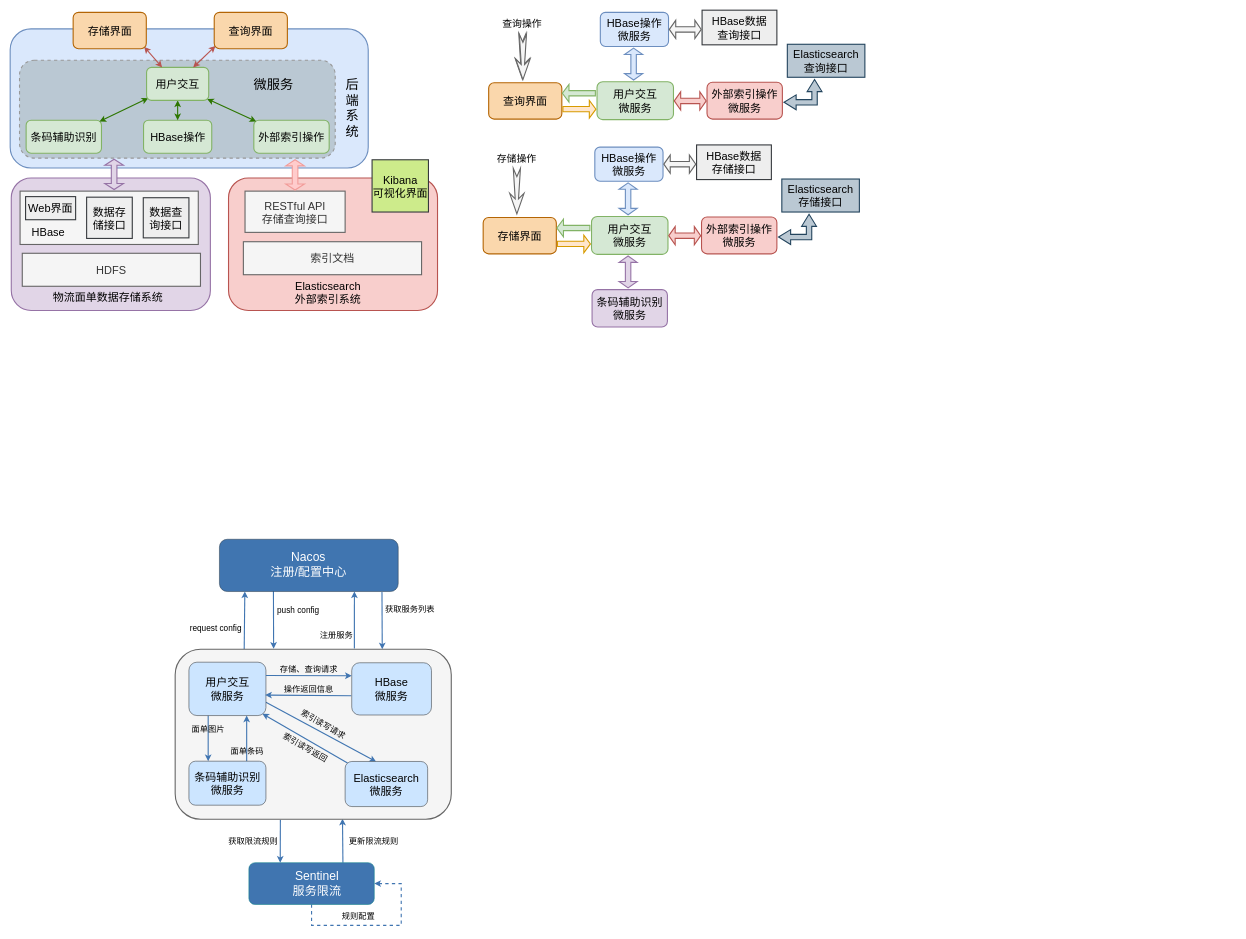
Before: page "第 4 页" (4 of 4) of 未命名绘图.drawio in Life-Cycle/xixi, a draw.io diagram. Source tidied: cells renumbered, new cells numbered last; positions are measured from the earlier drawing's top-left corner, leaving out a move shared by most shapes. Both pictures are drawn from the tidied source at 55%, with x=0, y=0 at pixel (10, 10).
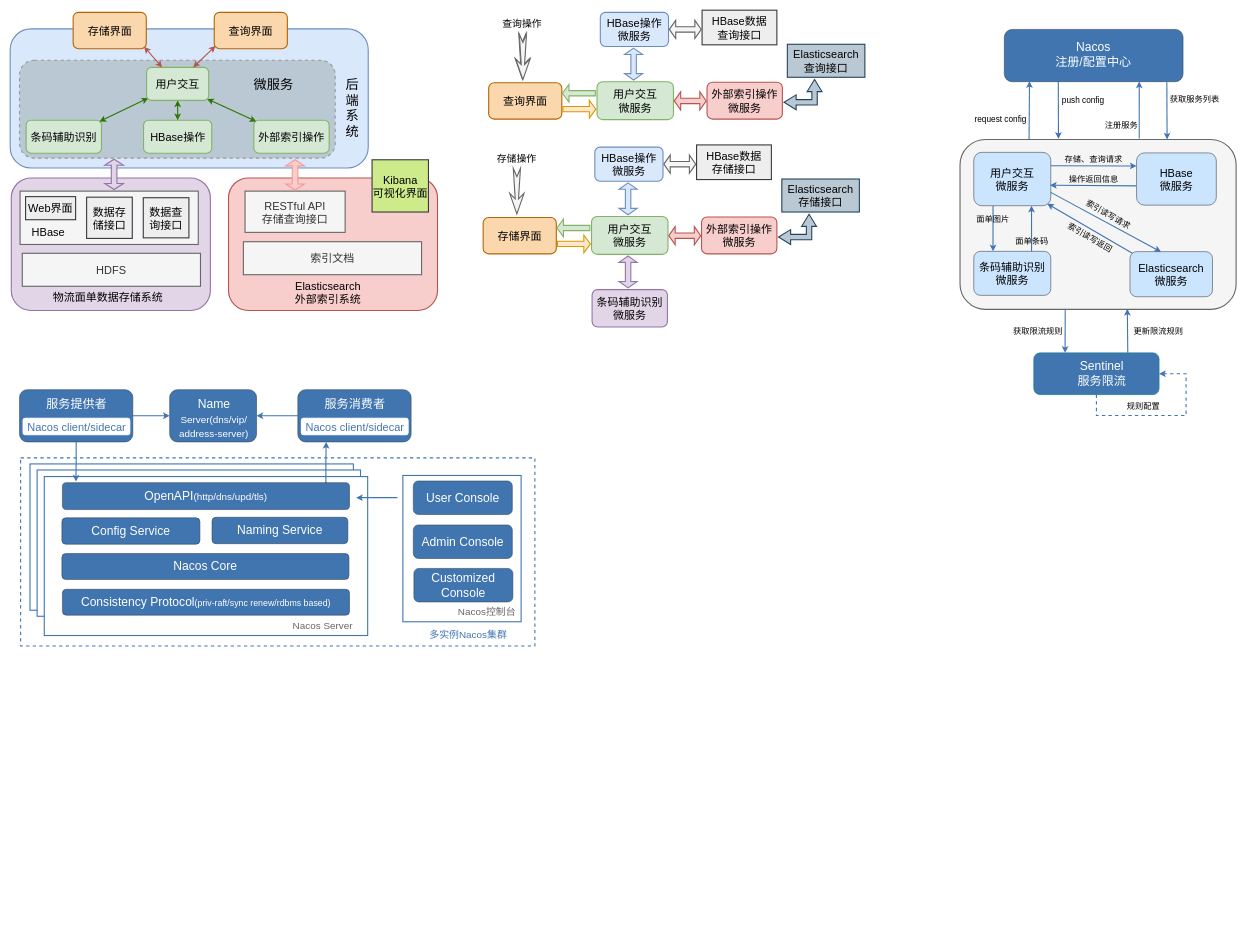
The same page after the edit.

Commit message:
更新未命名绘图.drawio

Change to the diagram source:
```diff
@@
     <mxCell id="63" style="edgeStyle=none;rounded=0;jettySize=auto;html=1;exitX=0.302;exitY=0.99;exitDx=0;exitDy=0;fontSize=15;fontColor=#000000;startArrow=none;startFill=0;endArrow=classic;endFill=1;strokeColor=#4075B1;strokeWidth=2;exitPerimeter=0;" parent="1" edge="1" source="64">
       <mxGeometry relative="1" as="geometry">
-        <mxPoint x="479" y="1161" as="targetPoint" />
+        <mxPoint x="1906" y="234" as="targetPoint" />
       </mxGeometry>
     </mxCell>
     <mxCell id="64" style="rounded=1;whiteSpace=wrap;html=1;labelBackgroundColor=none;fontSize=14;fillColor=#4075B0;strokeColor=#314354;fontColor=#ffffff;" parent="1" vertex="1">
-      <mxGeometry x="380.5" y="962" width="325" height="95" as="geometry" />
+      <mxGeometry x="1807.5" y="35" width="325" height="95" as="geometry" />
     </mxCell>
@@
     <mxCell id="66" style="edgeStyle=orthogonalEdgeStyle;rounded=0;orthogonalLoop=1;jettySize=auto;html=1;exitX=0.5;exitY=1;exitDx=0;exitDy=0;fontSize=15;fontColor=#000000;startArrow=none;startFill=0;endArrow=classic;endFill=1;strokeColor=#4075B1;strokeWidth=2;entryX=1;entryY=0.5;entryDx=0;entryDy=0;dashed=1;" parent="1" edge="1" source="67" target="67">
       <mxGeometry relative="1" as="geometry">
         <Array as="points">
-          <mxPoint x="548" y="1664" />
-          <mxPoint x="711" y="1664" />
-          <mxPoint x="711" y="1588" />
+          <mxPoint x="1975" y="737" />
+          <mxPoint x="2138" y="737" />
+          <mxPoint x="2138" y="661" />
         </Array>
       </mxGeometry>
     </mxCell>
     <mxCell id="67" style="rounded=1;whiteSpace=wrap;html=1;labelBackgroundColor=none;fontSize=14;fillColor=#4075B0;strokeColor=#0e8088;" parent="1" vertex="1">
-      <mxGeometry x="434" y="1550" width="228" height="76" as="geometry" />
+      <mxGeometry x="1861" y="623" width="228" height="76" as="geometry" />
     </mxCell>
@@
     <mxCell id="69" style="edgeStyle=none;rounded=0;jettySize=auto;html=1;exitX=0.75;exitY=0;exitDx=0;exitDy=0;fontSize=15;fontColor=#000000;startArrow=classic;startFill=1;endArrow=none;endFill=0;strokeColor=#4075B1;strokeWidth=2;" parent="1" edge="1" source="71">
       <mxGeometry relative="1" as="geometry">
-        <mxPoint x="676" y="1058" as="targetPoint" />
+        <mxPoint x="2103" y="131" as="targetPoint" />
       </mxGeometry>
     </mxCell>
-    <mxCell id="70" style="edgeStyle=none;rounded=0;jettySize=auto;html=1;exitX=0.25;exitY=0;exitDx=0;exitDy=0;entryX=0.142;entryY=0.998;entryDx=0;entryDy=0;fontSize=15;fontColor=#000000;startArrow=none;startFill=0;endArrow=classic;endFill=1;strokeColor=#4075B1;strokeWidth=2;entryPerimeter=0;" parent="1" edge="1" source="71" target="64">
+    <mxCell id="70" style="edgeStyle=none;rounded=0;jettySize=auto;html=1;exitX=0.25;exitY=0;exitDx=0;exitDy=0;fontSize=15;fontColor=#000000;startArrow=none;startFill=0;endArrow=classic;endFill=1;strokeColor=#4075B1;strokeWidth=2;entryX=0.141;entryY=0.99;entryDx=0;entryDy=0;entryPerimeter=0;" parent="1" edge="1" source="71" target="64">
       <mxGeometry relative="1" as="geometry" />
     </mxCell>
     <mxCell id="71" style="rounded=1;whiteSpace=wrap;html=1;labelBackgroundColor=none;fontSize=14;strokeColor=#666666;fillColor=#f5f5f5;strokeWidth=2;fontColor=#333333;" parent="1" vertex="1">
-      <mxGeometry x="300" y="1162" width="502" height="309" as="geometry" />
+      <mxGeometry x="1727" y="235" width="502" height="309" as="geometry" />
     </mxCell>
@@
     <mxCell id="74" value="&lt;font style=&quot;font-size: 20px&quot;&gt;用户交互&lt;br&gt;微服务&lt;/font&gt;" style="rounded=1;whiteSpace=wrap;html=1;labelBackgroundColor=none;fontSize=14;fillColor=#cce5ff;strokeColor=#36393d;" parent="1" vertex="1">
-      <mxGeometry x="325" y="1185.5" width="140" height="97" as="geometry" />
+      <mxGeometry x="1752" y="258.5" width="140" height="97" as="geometry" />
     </mxCell>
     <mxCell id="75" value="&lt;font style=&quot;font-size: 22px&quot; color=&quot;#ffffff&quot;&gt;Nacos&lt;br&gt;注册/配置中心&lt;/font&gt;" style="text;html=1;strokeColor=none;fillColor=none;align=center;verticalAlign=middle;whiteSpace=wrap;rounded=0;dashed=1;labelBackgroundColor=none;fontSize=20;fontColor=#000000;" parent="1" vertex="1">
-      <mxGeometry x="472.4" y="977" width="141.2" height="62" as="geometry" />
+      <mxGeometry x="1899.4" y="50" width="141.2" height="62" as="geometry" />
     </mxCell>
     <mxCell id="76" value="&lt;font style=&quot;font-size: 22px&quot; color=&quot;#ffffff&quot;&gt;Sentinel&lt;br&gt;服务限流&lt;/font&gt;" style="text;html=1;strokeColor=none;fillColor=none;align=center;verticalAlign=middle;whiteSpace=wrap;rounded=0;dashed=1;labelBackgroundColor=none;fontSize=14;fontColor=#000000;" parent="1" vertex="1">
-      <mxGeometry x="487" y="1573" width="142" height="30" as="geometry" />
+      <mxGeometry x="1914" y="646" width="142" height="30" as="geometry" />
     </mxCell>
@@
     <mxCell id="78" value="&lt;font style=&quot;font-size: 20px&quot;&gt;条码辅助识别&lt;br&gt;微服务&lt;/font&gt;" style="rounded=1;whiteSpace=wrap;html=1;labelBackgroundColor=none;fontSize=14;fillColor=#cce5ff;strokeColor=#36393d;" parent="1" vertex="1">
-      <mxGeometry x="325" y="1365.5" width="140" height="80" as="geometry" />
+      <mxGeometry x="1752" y="438.5" width="140" height="80" as="geometry" />
     </mxCell>
@@
     <mxCell id="80" value="&lt;font style=&quot;font-size: 20px&quot;&gt;HBase&lt;br&gt;微服务&lt;/font&gt;" style="rounded=1;whiteSpace=wrap;html=1;labelBackgroundColor=none;fontSize=14;fillColor=#cce5ff;strokeColor=#36393d;" parent="1" vertex="1">
-      <mxGeometry x="621" y="1186.5" width="145" height="95" as="geometry" />
+      <mxGeometry x="2048" y="259.5" width="145" height="95" as="geometry" />
     </mxCell>
@@
     <mxCell id="82" value="&lt;font style=&quot;font-size: 20px&quot;&gt;Elasticsearch&lt;br&gt;微服务&lt;/font&gt;" style="rounded=1;whiteSpace=wrap;html=1;labelBackgroundColor=none;fontSize=14;fillColor=#cce5ff;strokeColor=#36393d;" parent="1" vertex="1">
-      <mxGeometry x="609" y="1366" width="150" height="82" as="geometry" />
+      <mxGeometry x="2036" y="439" width="150" height="82" as="geometry" />
     </mxCell>
@@
     <mxCell id="84" value="&lt;font color=&quot;#000000&quot;&gt;存储、查询请求&lt;/font&gt;" style="text;html=1;strokeColor=none;fillColor=none;align=center;verticalAlign=middle;whiteSpace=wrap;rounded=0;labelBackgroundColor=none;fontSize=15;fontColor=#FFFFFF;" parent="1" vertex="1">
-      <mxGeometry x="489" y="1182" width="108" height="30" as="geometry" />
+      <mxGeometry x="1916" y="255" width="108" height="30" as="geometry" />
     </mxCell>
     <mxCell id="85" value="&lt;font color=&quot;#000000&quot;&gt;操作返回信息&lt;/font&gt;" style="text;html=1;strokeColor=none;fillColor=none;align=center;verticalAlign=middle;whiteSpace=wrap;rounded=0;labelBackgroundColor=none;fontSize=15;fontColor=#FFFFFF;" parent="1" vertex="1">
-      <mxGeometry x="492" y="1219" width="102" height="30" as="geometry" />
+      <mxGeometry x="1919" y="292" width="102" height="30" as="geometry" />
     </mxCell>
     <mxCell id="86" value="&lt;font color=&quot;#000000&quot;&gt;面单图片&lt;/font&gt;" style="text;html=1;strokeColor=none;fillColor=none;align=center;verticalAlign=middle;whiteSpace=wrap;rounded=0;labelBackgroundColor=none;fontSize=15;fontColor=#FFFFFF;" parent="1" vertex="1">
-      <mxGeometry x="309" y="1292" width="102" height="30" as="geometry" />
+      <mxGeometry x="1736" y="365" width="102" height="30" as="geometry" />
     </mxCell>
     <mxCell id="87" value="&lt;font color=&quot;#000000&quot;&gt;面单条码&lt;/font&gt;" style="text;html=1;strokeColor=none;fillColor=none;align=center;verticalAlign=middle;whiteSpace=wrap;rounded=0;labelBackgroundColor=none;fontSize=15;fontColor=#FFFFFF;" parent="1" vertex="1">
-      <mxGeometry x="380" y="1331" width="102" height="30" as="geometry" />
+      <mxGeometry x="1807" y="404" width="102" height="30" as="geometry" />
     </mxCell>
     <mxCell id="88" value="&lt;font color=&quot;#000000&quot;&gt;索引读写请求&lt;/font&gt;" style="text;html=1;strokeColor=none;fillColor=none;align=center;verticalAlign=middle;whiteSpace=wrap;rounded=0;labelBackgroundColor=none;fontSize=15;fontColor=#FFFFFF;rotation=30;" parent="1" vertex="1">
-      <mxGeometry x="516" y="1283" width="108" height="30" as="geometry" />
+      <mxGeometry x="1943" y="356" width="108" height="30" as="geometry" />
     </mxCell>
     <mxCell id="89" value="&lt;font color=&quot;#000000&quot;&gt;索引读写返回&lt;/font&gt;" style="text;html=1;strokeColor=none;fillColor=none;align=center;verticalAlign=middle;whiteSpace=wrap;rounded=0;labelBackgroundColor=none;fontSize=15;fontColor=#FFFFFF;rotation=30;" parent="1" vertex="1">
-      <mxGeometry x="483" y="1325" width="108" height="30" as="geometry" />
+      <mxGeometry x="1910" y="398" width="108" height="30" as="geometry" />
     </mxCell>
     <mxCell id="90" value="&lt;font color=&quot;#000000&quot;&gt;获取限流规则&lt;/font&gt;" style="text;html=1;strokeColor=none;fillColor=none;align=center;verticalAlign=middle;whiteSpace=wrap;rounded=0;labelBackgroundColor=none;fontSize=15;fontColor=#FFFFFF;" parent="1" vertex="1">
-      <mxGeometry x="391" y="1496" width="102" height="30" as="geometry" />
+      <mxGeometry x="1818" y="569" width="102" height="30" as="geometry" />
     </mxCell>
     <mxCell id="91" value="&lt;font color=&quot;#000000&quot;&gt;更新限流规则&lt;/font&gt;" style="text;html=1;strokeColor=none;fillColor=none;align=center;verticalAlign=middle;whiteSpace=wrap;rounded=0;labelBackgroundColor=none;fontSize=15;fontColor=#FFFFFF;" parent="1" vertex="1">
-      <mxGeometry x="610" y="1496" width="102" height="30" as="geometry" />
+      <mxGeometry x="2037" y="569" width="102" height="30" as="geometry" />
     </mxCell>
     <mxCell id="92" value="&lt;font color=&quot;#000000&quot;&gt;push config&lt;/font&gt;" style="text;html=1;strokeColor=none;fillColor=none;align=center;verticalAlign=middle;whiteSpace=wrap;rounded=0;labelBackgroundColor=none;fontSize=15;fontColor=#FFFFFF;" parent="1" vertex="1">
-      <mxGeometry x="473" y="1075" width="102" height="30" as="geometry" />
+      <mxGeometry x="1900" y="148" width="102" height="30" as="geometry" />
     </mxCell>
     <mxCell id="93" value="&lt;font color=&quot;#000000&quot;&gt;request config&lt;/font&gt;" style="text;html=1;strokeColor=none;fillColor=none;align=center;verticalAlign=middle;whiteSpace=wrap;rounded=0;labelBackgroundColor=none;fontSize=15;fontColor=#FFFFFF;" parent="1" vertex="1">
-      <mxGeometry x="323" y="1109" width="102" height="30" as="geometry" />
+      <mxGeometry x="1750" y="182" width="102" height="30" as="geometry" />
     </mxCell>
     <mxCell id="94" value="&lt;font color=&quot;#000000&quot;&gt;获取服务列表&lt;/font&gt;" style="text;html=1;strokeColor=none;fillColor=none;align=center;verticalAlign=middle;whiteSpace=wrap;rounded=0;labelBackgroundColor=none;fontSize=15;fontColor=#FFFFFF;" parent="1" vertex="1">
-      <mxGeometry x="676" y="1073" width="102" height="30" as="geometry" />
+      <mxGeometry x="2103" y="146" width="102" height="30" as="geometry" />
     </mxCell>
     <mxCell id="95" value="&lt;font color=&quot;#000000&quot;&gt;注册服务&lt;/font&gt;" style="text;html=1;strokeColor=none;fillColor=none;align=center;verticalAlign=middle;whiteSpace=wrap;rounded=0;labelBackgroundColor=none;fontSize=15;fontColor=#FFFFFF;" parent="1" vertex="1">
-      <mxGeometry x="558" y="1121" width="71" height="30" as="geometry" />
+      <mxGeometry x="1985" y="194" width="71" height="30" as="geometry" />
     </mxCell>
@@
     <mxCell id="97" value="&lt;font color=&quot;#000000&quot;&gt;规则配置&lt;/font&gt;" style="text;html=1;strokeColor=none;fillColor=none;align=center;verticalAlign=middle;whiteSpace=wrap;rounded=0;labelBackgroundColor=none;fontSize=15;fontColor=#FFFFFF;" parent="1" vertex="1">
-      <mxGeometry x="597" y="1632" width="73" height="30" as="geometry" />
+      <mxGeometry x="2024" y="705" width="73" height="30" as="geometry" />
     </mxCell>
+    <mxCell id="98" style="rounded=1;whiteSpace=wrap;html=1;labelBackgroundColor=none;fontSize=14;fillColor=#4075B0;strokeColor=#314354;fontColor=#ffffff;" parent="1" vertex="1">
+      <mxGeometry x="290" y="690" width="158" height="95" as="geometry" />
+    </mxCell>
+    <mxCell id="99" value="&lt;font color=&quot;#ffffff&quot;&gt;&lt;span style=&quot;font-size: 22px&quot;&gt;Name&lt;/span&gt;&lt;br&gt;&lt;/font&gt;" style="text;html=1;strokeColor=none;fillColor=none;align=center;verticalAlign=middle;whiteSpace=wrap;rounded=0;dashed=1;labelBackgroundColor=none;fontSize=20;fontColor=#000000;" parent="1" vertex="1">
+      <mxGeometry x="308.5" y="697" width="124" height="38.5" as="geometry" />
+    </mxCell>
+    <mxCell id="100" style="edgeStyle=orthogonalEdgeStyle;rounded=0;jettySize=auto;html=1;exitX=1;exitY=0.5;exitDx=0;exitDy=0;entryX=0;entryY=0.5;entryDx=0;entryDy=0;fontSize=18;fontColor=#4075B0;startArrow=none;startFill=0;endArrow=classic;endFill=1;strokeColor=#4075B1;strokeWidth=2;" parent="1" edge="1" source="101" target="98">
+      <mxGeometry relative="1" as="geometry" />
+    </mxCell>
+    <mxCell id="101" style="rounded=1;whiteSpace=wrap;html=1;labelBackgroundColor=none;fontSize=14;fillColor=#4075B0;strokeColor=#314354;fontColor=#ffffff;" parent="1" vertex="1">
+      <mxGeometry x="17" y="690" width="206" height="95" as="geometry" />
+    </mxCell>
+    <mxCell id="102" value="&lt;font color=&quot;#ffffff&quot;&gt;&lt;span style=&quot;font-size: 22px&quot;&gt;服务提供者&lt;/span&gt;&lt;br&gt;&lt;/font&gt;" style="text;html=1;strokeColor=none;fillColor=none;align=center;verticalAlign=middle;whiteSpace=wrap;rounded=0;dashed=1;labelBackgroundColor=none;fontSize=20;fontColor=#000000;" parent="1" vertex="1">
+      <mxGeometry x="58.5" y="698" width="124" height="38.5" as="geometry" />
+    </mxCell>
+    <mxCell id="103" value="&lt;span&gt;&lt;font color=&quot;#4075b1&quot;&gt;Nacos client/sidecar&lt;/font&gt;&lt;/span&gt;" style="rounded=1;whiteSpace=wrap;html=1;labelBackgroundColor=default;fontSize=20;fontColor=#000000;strokeColor=#FFFFFF;strokeWidth=2;fillColor=#FFFFFF;" parent="1" vertex="1">
+      <mxGeometry x="23.5" y="742" width="194" height="30" as="geometry" />
+    </mxCell>
+    <mxCell id="104" value="&lt;font color=&quot;#ffffff&quot; style=&quot;font-size: 18px&quot;&gt;Server(dns/vip/&lt;br&gt;address-server)&lt;/font&gt;" style="text;html=1;strokeColor=none;fillColor=none;align=center;verticalAlign=middle;whiteSpace=wrap;rounded=0;labelBackgroundColor=none;fontSize=20;fontColor=#000000;" parent="1" vertex="1">
+      <mxGeometry x="288" y="741" width="165" height="30" as="geometry" />
+    </mxCell>
+    <mxCell id="105" style="edgeStyle=orthogonalEdgeStyle;rounded=0;jettySize=auto;html=1;exitX=0;exitY=0.5;exitDx=0;exitDy=0;entryX=1;entryY=0.5;entryDx=0;entryDy=0;fontSize=18;fontColor=#4075B0;startArrow=none;startFill=0;endArrow=classic;endFill=1;strokeColor=#4075B1;strokeWidth=2;" parent="1" edge="1" source="106" target="98">
+      <mxGeometry relative="1" as="geometry" />
+    </mxCell>
+    <mxCell id="106" style="rounded=1;whiteSpace=wrap;html=1;labelBackgroundColor=none;fontSize=14;fillColor=#4075B0;strokeColor=#314354;fontColor=#ffffff;" parent="1" vertex="1">
+      <mxGeometry x="523" y="690" width="206" height="95" as="geometry" />
+    </mxCell>
+    <mxCell id="107" value="&lt;font color=&quot;#ffffff&quot;&gt;&lt;span style=&quot;font-size: 22px&quot;&gt;服务消费者&lt;/span&gt;&lt;br&gt;&lt;/font&gt;" style="text;html=1;strokeColor=none;fillColor=none;align=center;verticalAlign=middle;whiteSpace=wrap;rounded=0;dashed=1;labelBackgroundColor=none;fontSize=20;fontColor=#000000;" parent="1" vertex="1">
+      <mxGeometry x="564.5" y="698" width="124" height="38.5" as="geometry" />
+    </mxCell>
+    <mxCell id="108" value="&lt;span&gt;&lt;font color=&quot;#4075b1&quot;&gt;Nacos client/sidecar&lt;/font&gt;&lt;/span&gt;" style="rounded=1;whiteSpace=wrap;html=1;labelBackgroundColor=default;fontSize=20;fontColor=#000000;strokeColor=#FFFFFF;strokeWidth=2;fillColor=#FFFFFF;" parent="1" vertex="1">
+      <mxGeometry x="529.5" y="742" width="194" height="30" as="geometry" />
+    </mxCell>
+    <mxCell id="109" style="rounded=0;whiteSpace=wrap;html=1;labelBackgroundColor=none;fontSize=18;fontColor=#FFFFFF;strokeColor=#4075B1;strokeWidth=2;fillColor=#FFFFFF;dashed=1;" parent="1" vertex="1">
+      <mxGeometry x="19" y="814" width="935" height="342" as="geometry" />
+    </mxCell>
+    <mxCell id="110" style="rounded=0;whiteSpace=wrap;html=1;labelBackgroundColor=none;fontSize=18;fontColor=#FFFFFF;strokeColor=#4075B1;strokeWidth=2;fillColor=#FFFFFF;" parent="1" vertex="1">
+      <mxGeometry x="36" y="825" width="588" height="266" as="geometry" />
+    </mxCell>
+    <mxCell id="111" style="rounded=0;whiteSpace=wrap;html=1;labelBackgroundColor=none;fontSize=18;fontColor=#FFFFFF;strokeColor=#4075B1;strokeWidth=2;fillColor=#FFFFFF;" parent="1" vertex="1">
+      <mxGeometry x="49" y="836" width="588" height="266" as="geometry" />
+    </mxCell>
+    <mxCell id="112" style="rounded=0;whiteSpace=wrap;html=1;labelBackgroundColor=none;fontSize=18;fontColor=#FFFFFF;strokeColor=#4075B1;strokeWidth=2;fillColor=#FFFFFF;" parent="1" vertex="1">
+      <mxGeometry x="62" y="848" width="588" height="289" as="geometry" />
+    </mxCell>
+    <mxCell id="113" style="edgeStyle=orthogonalEdgeStyle;rounded=0;jettySize=auto;html=1;exitX=0.921;exitY=-0.007;exitDx=0;exitDy=0;entryX=0.25;entryY=1;entryDx=0;entryDy=0;fontSize=18;fontColor=#4075B0;startArrow=none;startFill=0;endArrow=classic;endFill=1;strokeColor=#4075B1;strokeWidth=2;exitPerimeter=0;" parent="1" edge="1" source="114" target="106">
+      <mxGeometry relative="1" as="geometry">
+        <Array as="points">
+          <mxPoint x="574" y="859" />
+          <mxPoint x="574" y="822" />
+          <mxPoint x="575" y="822" />
+        </Array>
+      </mxGeometry>
+    </mxCell>
+    <mxCell id="114" value="&lt;font style=&quot;font-size: 22px&quot;&gt;OpenAPI&lt;/font&gt;&lt;font style=&quot;font-size: 18px&quot;&gt;(http/dns/upd/tls)&lt;/font&gt;" style="rounded=1;whiteSpace=wrap;html=1;labelBackgroundColor=none;fontSize=14;fillColor=#4075B0;strokeColor=#314354;fontColor=#ffffff;" parent="1" vertex="1">
+      <mxGeometry x="95" y="859" width="522" height="49" as="geometry" />
+    </mxCell>
+    <mxCell id="115" value="&lt;span style=&quot;font-size: 22px&quot;&gt;Config Service&lt;/span&gt;" style="rounded=1;whiteSpace=wrap;html=1;labelBackgroundColor=none;fontSize=14;fillColor=#4075B0;strokeColor=#314354;fontColor=#ffffff;" parent="1" vertex="1">
+      <mxGeometry x="94" y="923" width="251" height="48" as="geometry" />
+    </mxCell>
+    <mxCell id="116" value="&lt;span style=&quot;font-size: 22px&quot;&gt;Naming Service&lt;/span&gt;" style="rounded=1;whiteSpace=wrap;html=1;labelBackgroundColor=none;fontSize=14;fillColor=#4075B0;strokeColor=#314354;fontColor=#ffffff;" parent="1" vertex="1">
+      <mxGeometry x="367" y="922" width="247" height="48" as="geometry" />
+    </mxCell>
+    <mxCell id="117" value="&lt;font style=&quot;font-size: 22px&quot;&gt;Nacos Core&lt;/font&gt;" style="rounded=1;whiteSpace=wrap;html=1;labelBackgroundColor=none;fontSize=14;fillColor=#4075B0;strokeColor=#314354;fontColor=#ffffff;" parent="1" vertex="1">
+      <mxGeometry x="94" y="988" width="522" height="47" as="geometry" />
+    </mxCell>
+    <mxCell id="118" value="&lt;font style=&quot;font-size: 22px&quot;&gt;Consistency Protocol&lt;/font&gt;&lt;font style=&quot;font-size: 16px&quot;&gt;(priv-raft/sync renew/rdbms based)&lt;/font&gt;" style="rounded=1;whiteSpace=wrap;html=1;labelBackgroundColor=none;fontSize=14;fillColor=#4075B0;strokeColor=#314354;fontColor=#ffffff;" parent="1" vertex="1">
+      <mxGeometry x="95" y="1053" width="522" height="47" as="geometry" />
+    </mxCell>
+    <mxCell id="119" style="rounded=0;whiteSpace=wrap;html=1;labelBackgroundColor=none;fontSize=18;fontColor=#FFFFFF;strokeColor=#4075B1;strokeWidth=2;fillColor=#FFFFFF;" parent="1" vertex="1">
+      <mxGeometry x="714" y="846" width="215" height="266" as="geometry" />
+    </mxCell>
+    <mxCell id="120" value="&lt;span style=&quot;font-size: 22px&quot;&gt;User Console&lt;/span&gt;" style="rounded=1;whiteSpace=wrap;html=1;labelBackgroundColor=none;fontSize=14;fillColor=#4075B0;strokeColor=#314354;fontColor=#ffffff;" parent="1" vertex="1">
+      <mxGeometry x="733" y="856" width="180" height="61" as="geometry" />
+    </mxCell>
+    <mxCell id="121" value="&lt;span style=&quot;font-size: 22px&quot;&gt;Admin Console&lt;/span&gt;" style="rounded=1;whiteSpace=wrap;html=1;labelBackgroundColor=none;fontSize=14;fillColor=#4075B0;strokeColor=#314354;fontColor=#ffffff;" parent="1" vertex="1">
+      <mxGeometry x="733" y="936" width="180" height="61" as="geometry" />
+    </mxCell>
+    <mxCell id="122" value="&lt;span style=&quot;font-size: 22px&quot;&gt;Customized Console&lt;/span&gt;" style="rounded=1;whiteSpace=wrap;html=1;labelBackgroundColor=none;fontSize=14;fillColor=#4075B0;strokeColor=#314354;fontColor=#ffffff;" parent="1" vertex="1">
+      <mxGeometry x="734" y="1015" width="180" height="61" as="geometry" />
+    </mxCell>
+    <mxCell id="123" value="&lt;font color=&quot;#666666&quot;&gt;Nacos控制台&lt;/font&gt;" style="text;html=1;strokeColor=none;fillColor=none;align=center;verticalAlign=middle;whiteSpace=wrap;rounded=0;dashed=1;labelBackgroundColor=none;fontSize=18;fontColor=#FFFFFF;" parent="1" vertex="1">
+      <mxGeometry x="811" y="1079" width="112" height="30" as="geometry" />
+    </mxCell>
+    <mxCell id="124" value="&lt;font color=&quot;#4075b0&quot;&gt;多实例Nacos集群&lt;/font&gt;" style="text;html=1;strokeColor=none;fillColor=none;align=center;verticalAlign=middle;whiteSpace=wrap;rounded=0;dashed=1;labelBackgroundColor=none;fontSize=18;fontColor=#FFFFFF;" parent="1" vertex="1">
+      <mxGeometry x="736" y="1121" width="194" height="30" as="geometry" />
+    </mxCell>
+    <mxCell id="125" value="&lt;font color=&quot;#666666&quot;&gt;Nacos Server&lt;/font&gt;" style="text;html=1;strokeColor=none;fillColor=none;align=center;verticalAlign=middle;whiteSpace=wrap;rounded=0;dashed=1;labelBackgroundColor=none;fontSize=18;fontColor=#FFFFFF;" parent="1" vertex="1">
+      <mxGeometry x="502" y="1104" width="133" height="30" as="geometry" />
+    </mxCell>
+    <mxCell id="126" style="edgeStyle=orthogonalEdgeStyle;rounded=0;jettySize=auto;html=1;exitX=0.5;exitY=1;exitDx=0;exitDy=0;entryX=0.047;entryY=-0.041;entryDx=0;entryDy=0;entryPerimeter=0;fontSize=18;fontColor=#4075B0;startArrow=none;startFill=0;endArrow=classic;endFill=1;strokeColor=#4075B1;strokeWidth=2;" parent="1" edge="1" source="101" target="114">
+      <mxGeometry relative="1" as="geometry" />
+    </mxCell>
+    <mxCell id="127" style="edgeStyle=orthogonalEdgeStyle;rounded=0;orthogonalLoop=1;jettySize=auto;html=1;exitX=0;exitY=0.5;exitDx=0;exitDy=0;entryX=1;entryY=0.5;entryDx=0;entryDy=0;fontSize=18;fontColor=#4075B0;startArrow=none;startFill=0;endArrow=classic;endFill=1;strokeColor=#4075B1;strokeWidth=2;" parent="1" edge="1">
+      <mxGeometry relative="1" as="geometry">
+        <mxPoint x="704" y="886.3" as="sourcePoint" />
+        <mxPoint x="629" y="886.3" as="targetPoint" />
+      </mxGeometry>
+    </mxCell>
```
